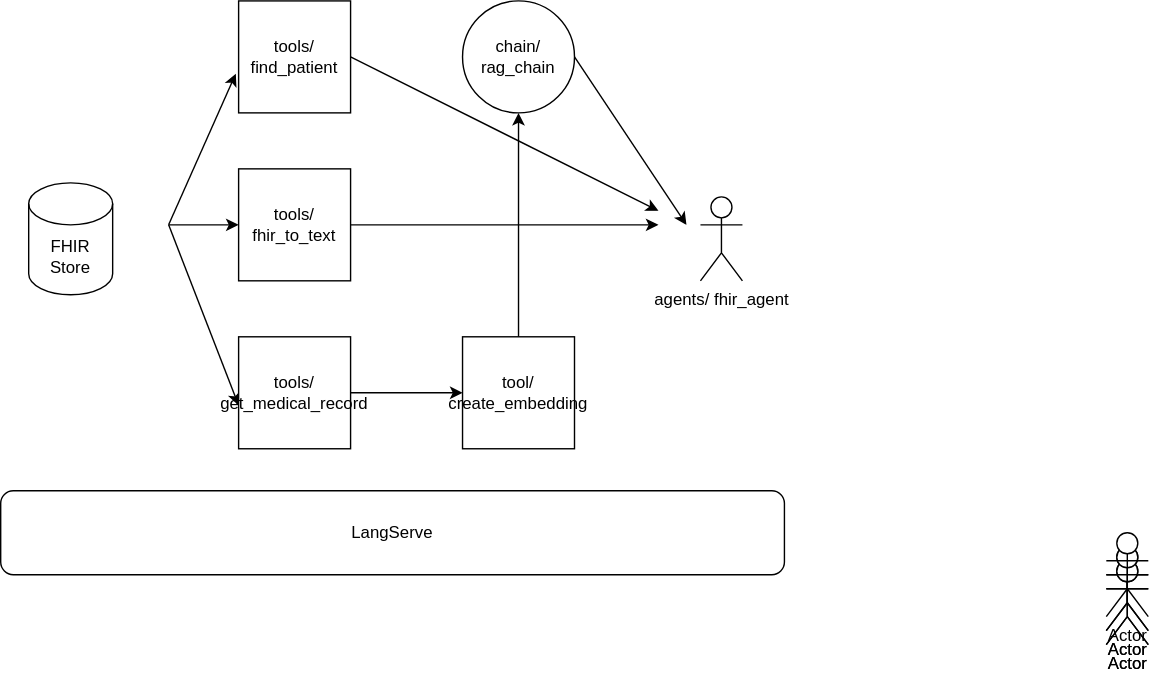
Earlier version of the draw.io export notes/agent.drawio.svg (chenzubing/medprompt). Source tidied: cells renumbered, new cells last; positions are measured from the earlier drawing's top-left corner, leaving out a move shared by most shapes.
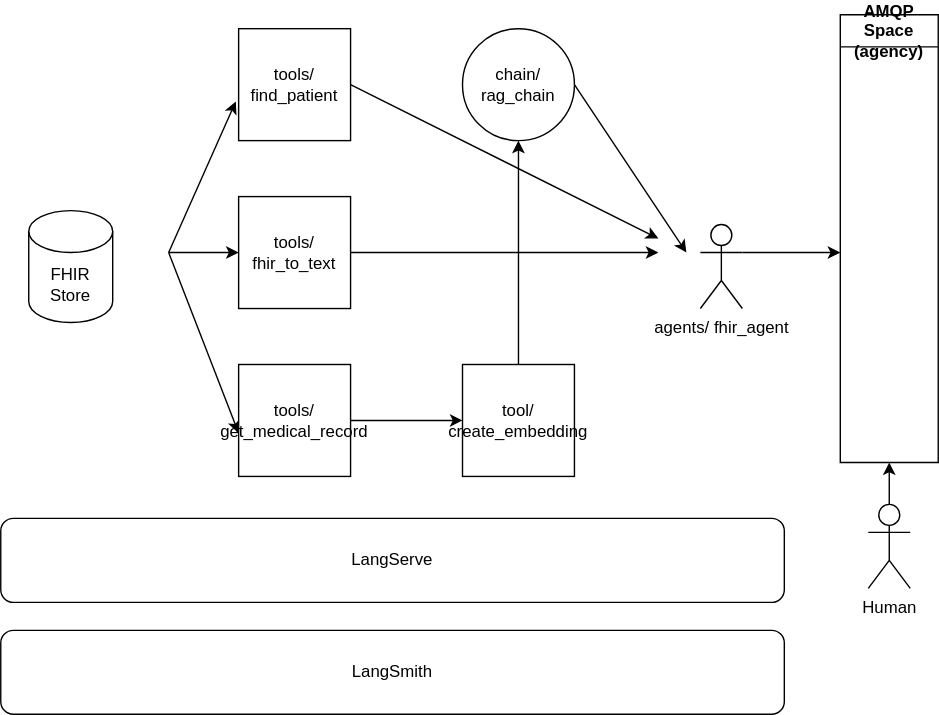
Above is the later version.

What changed in the source:
```diff
@@ -56,26 +56,28 @@
     <mxCell id="15" value="chain/ rag_chain" style="ellipse;whiteSpace=wrap;html=1;" parent="1" vertex="1">
       <mxGeometry x="330" width="80" height="80" as="geometry" />
     </mxCell>
+    <mxCell id="23" style="edgeStyle=none;html=1;exitX=1;exitY=0.3333333333333333;exitDx=0;exitDy=0;exitPerimeter=0;" parent="1" edge="1" source="16">
+      <mxGeometry relative="1" as="geometry">
+        <mxPoint x="600" y="160" as="targetPoint" />
+      </mxGeometry>
+    </mxCell>
     <mxCell id="16" value="agents/ fhir_agent" style="shape=umlActor;verticalLabelPosition=bottom;verticalAlign=top;html=1;outlineConnect=0;" parent="1" vertex="1">
       <mxGeometry x="500" y="140" width="30" height="60" as="geometry" />
     </mxCell>
-    <mxCell id="17" value="Actor" style="shape=umlActor;verticalLabelPosition=bottom;verticalAlign=top;html=1;" parent="1" vertex="1">
-      <mxGeometry x="790" y="390" width="30" height="60" as="geometry" />
-    </mxCell>
-    <mxCell id="18" value="Actor" style="shape=umlActor;verticalLabelPosition=bottom;verticalAlign=top;html=1;" parent="1" vertex="1">
-      <mxGeometry x="790" y="400" width="30" height="60" as="geometry" />
-    </mxCell>
-    <mxCell id="19" value="Actor" style="shape=umlActor;verticalLabelPosition=bottom;verticalAlign=top;html=1;" parent="1" vertex="1">
-      <mxGeometry x="790" y="400" width="30" height="60" as="geometry" />
-    </mxCell>
-    <mxCell id="20" value="Actor" style="shape=umlActor;verticalLabelPosition=bottom;verticalAlign=top;html=1;" parent="1" vertex="1">
-      <mxGeometry x="790" y="390" width="30" height="60" as="geometry" />
-    </mxCell>
-    <mxCell id="21" value="Actor" style="shape=umlActor;verticalLabelPosition=bottom;verticalAlign=top;html=1;" parent="1" vertex="1">
-      <mxGeometry x="790" y="380" width="30" height="60" as="geometry" />
-    </mxCell>
     <mxCell id="22" value="LangServe" style="rounded=1;whiteSpace=wrap;html=1;" parent="1" vertex="1">
       <mxGeometry y="350" width="560" height="60" as="geometry" />
     </mxCell>
+    <mxCell id="24" value="AMQP Space (agency)" style="swimlane;whiteSpace=wrap;html=1;" parent="1" vertex="1">
+      <mxGeometry x="600" y="-10" width="70" height="320" as="geometry" />
+    </mxCell>
+    <mxCell id="25" value="LangSmith" style="rounded=1;whiteSpace=wrap;html=1;" parent="1" vertex="1">
+      <mxGeometry y="430" width="560" height="60" as="geometry" />
+    </mxCell>
+    <mxCell id="26" style="edgeStyle=none;html=1;exitX=0.5;exitY=0;exitDx=0;exitDy=0;exitPerimeter=0;entryX=0.5;entryY=1;entryDx=0;entryDy=0;" parent="1" edge="1" source="27" target="24">
+      <mxGeometry relative="1" as="geometry" />
+    </mxCell>
+    <mxCell id="27" value="Human" style="shape=umlActor;verticalLabelPosition=bottom;verticalAlign=top;html=1;outlineConnect=0;" parent="1" vertex="1">
+      <mxGeometry x="620" y="340" width="30" height="60" as="geometry" />
+    </mxCell>
   </root>
 </mxGraphModel>
```
